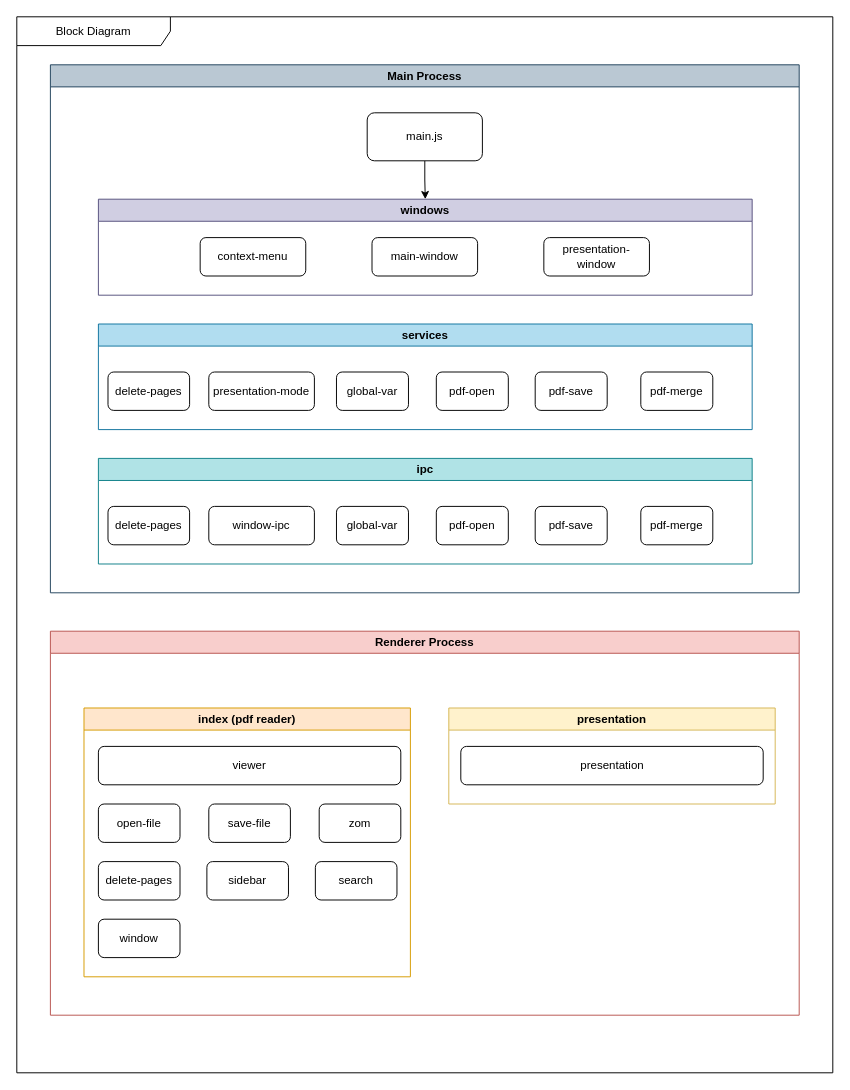
This is docs/manual_tecnico/block_diagram/BlockDiagram.drawio from Mashtic/LectorPDFMinimalista, a draw.io file, before an edit. Source tidied: cells renumbered, new cells numbered last; positions are measured from the earlier drawing's top-left corner, leaving out a move shared by most shapes. Both pictures are drawn from the tidied source at 96%, with x=0, y=0 at pixel (16, 16).
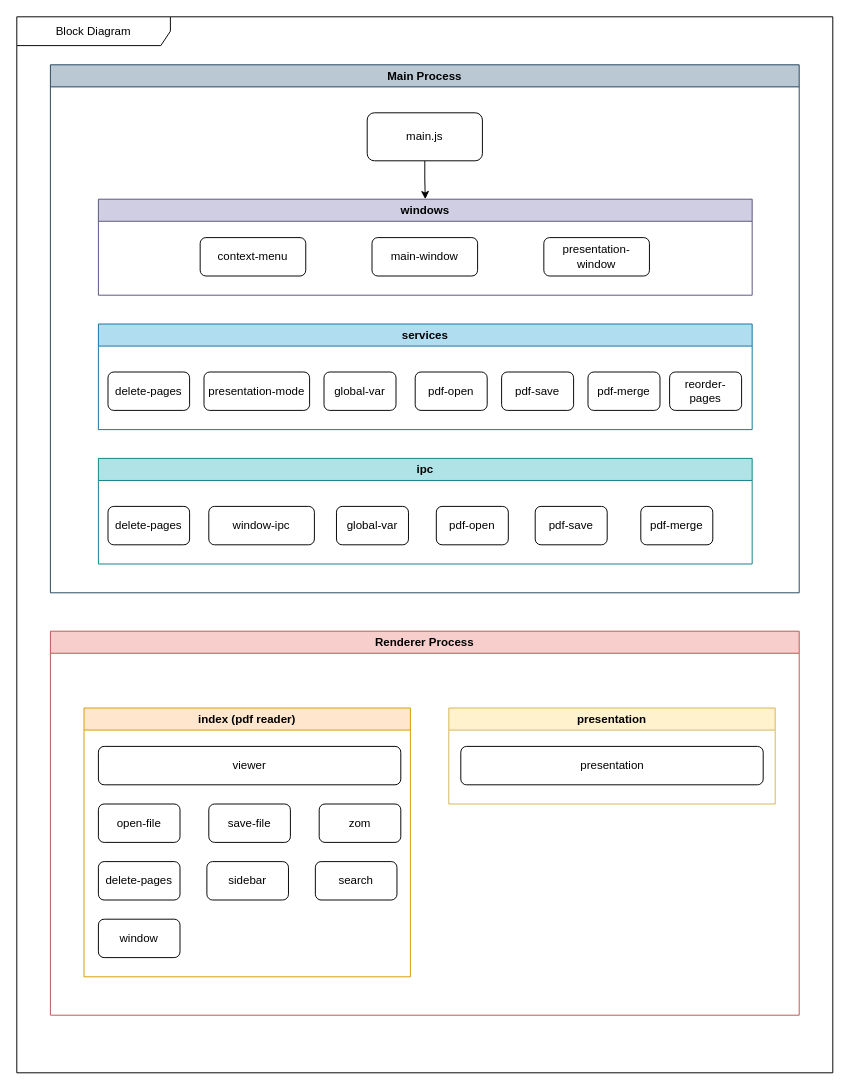
The same page after the edit.

The change refers to these unchanged cells:
```xml
<mxCell id="6" value="services" style="swimlane;whiteSpace=wrap;html=1;startSize=23;fillColor=#b1ddf0;strokeColor=#10739e;" parent="3" vertex="1">
  <mxGeometry x="50" y="270" width="681" height="110" as="geometry" />
</mxCell>
```

Change to the diagram source:
```diff
@@
     <mxCell id="8" value="global-var" style="rounded=1;whiteSpace=wrap;html=1;" parent="6" vertex="1">
-      <mxGeometry x="248" y="50" width="75" height="40" as="geometry" />
+      <mxGeometry x="235" y="50" width="75" height="40" as="geometry" />
     </mxCell>
     <mxCell id="9" value="pdf-merge" style="rounded=1;whiteSpace=wrap;html=1;" parent="6" vertex="1">
-      <mxGeometry x="565" y="50" width="75" height="40" as="geometry" />
+      <mxGeometry x="510" y="50" width="75" height="40" as="geometry" />
     </mxCell>
     <mxCell id="10" value="pdf-open" style="rounded=1;whiteSpace=wrap;html=1;" parent="6" vertex="1">
-      <mxGeometry x="352" y="50" width="75" height="40" as="geometry" />
+      <mxGeometry x="330" y="50" width="75" height="40" as="geometry" />
     </mxCell>
     <mxCell id="11" value="pdf-save" style="rounded=1;whiteSpace=wrap;html=1;" parent="6" vertex="1">
-      <mxGeometry x="455" y="50" width="75" height="40" as="geometry" />
+      <mxGeometry x="420" y="50" width="75" height="40" as="geometry" />
     </mxCell>
     <mxCell id="12" value="presentation-mode" style="rounded=1;whiteSpace=wrap;html=1;" parent="6" vertex="1">
-      <mxGeometry x="115" y="50" width="110" height="40" as="geometry" />
+      <mxGeometry x="110" y="50" width="110" height="40" as="geometry" />
     </mxCell>
+    <mxCell id="36" value="reorder-pages" style="rounded=1;whiteSpace=wrap;html=1;" parent="6" vertex="1">
+      <mxGeometry x="595" y="50" width="75" height="40" as="geometry" />
+    </mxCell>
```
